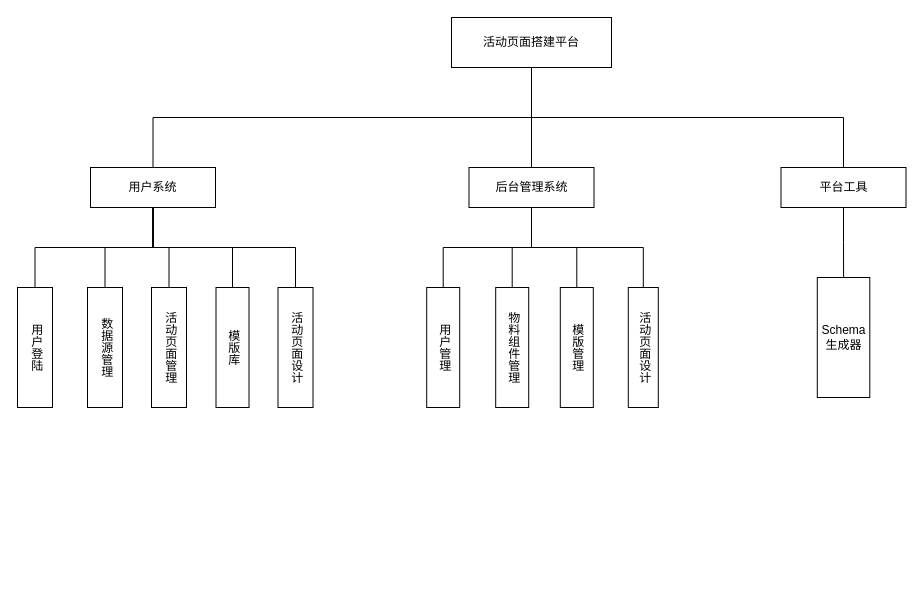
Before: 整体框图.drawio in yuxinyu12345/diagrams, a draw.io diagram. Source tidied: cells renumbered, new cells numbered last; positions are measured from the earlier drawing's top-left corner, leaving out a move shared by most shapes. Both pictures are drawn from the tidied source at 100%, with x=0, y=0 at pixel (17, 17).
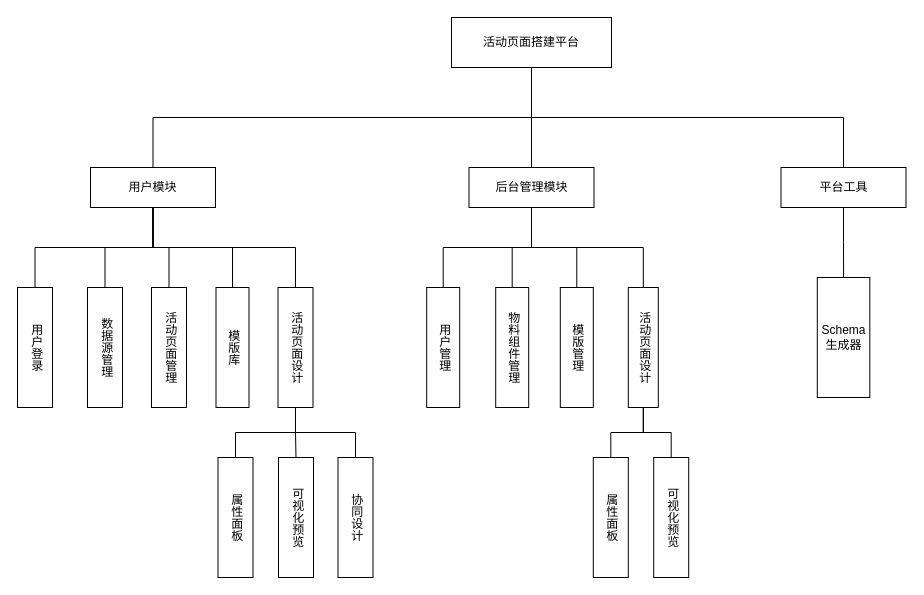
The same diagram, later.

Commit message (it also covers changes not shown here):
更新整体框图.drawio

Unchanged cells that the change refers to:
```xml
<mxCell id="23" value="活动页面设计" style="rounded=0;whiteSpace=wrap;html=1;verticalAlign=middle;align=center;labelPosition=center;verticalLabelPosition=middle;textDirection=vertical-rl;" parent="1" vertex="1">
  <mxGeometry x="260.5" y="270" width="35" height="120" as="geometry" />
</mxCell>
<mxCell id="24" value="活动页面设计" style="rounded=0;whiteSpace=wrap;html=1;verticalAlign=middle;align=center;labelPosition=center;verticalLabelPosition=middle;textDirection=vertical-rl;" parent="1" vertex="1">
  <mxGeometry x="610.8" y="270" width="30" height="120" as="geometry" />
</mxCell>
```

What changed in the source:
```diff
@@
-    <mxCell id="2" value="用户登陆" style="rounded=0;whiteSpace=wrap;html=1;verticalAlign=middle;align=center;labelPosition=center;verticalLabelPosition=middle;textDirection=vertical-rl;" parent="1" vertex="1">
+    <mxCell id="2" value="用户登录" style="rounded=0;whiteSpace=wrap;html=1;verticalAlign=middle;align=center;labelPosition=center;verticalLabelPosition=middle;textDirection=vertical-rl;" parent="1" vertex="1">
       <mxGeometry y="270" width="35" height="120" as="geometry" />
     </mxCell>
@@
-    <mxCell id="12" value="用户系统" style="rounded=0;whiteSpace=wrap;html=1;" parent="1" vertex="1">
+    <mxCell id="12" value="用户模块" style="rounded=0;whiteSpace=wrap;html=1;" parent="1" vertex="1">
       <mxGeometry x="73" y="150" width="125" height="40" as="geometry" />
     </mxCell>
@@
-    <mxCell id="17" value="后台管理系统" style="rounded=0;whiteSpace=wrap;html=1;" parent="1" vertex="1">
+    <mxCell id="17" value="后台管理模块" style="rounded=0;whiteSpace=wrap;html=1;" parent="1" vertex="1">
       <mxGeometry x="451.5" y="150" width="125" height="40" as="geometry" />
     </mxCell>
@@
+    <mxCell id="29" style="edgeStyle=orthogonalEdgeStyle;rounded=0;jettySize=auto;html=1;exitX=0.5;exitY=1;exitDx=0;exitDy=0;entryX=0.5;entryY=0;entryDx=0;entryDy=0;endArrow=none;endFill=0;" parent="1" edge="1" source="23" target="34">
+      <mxGeometry relative="1" as="geometry" />
+    </mxCell>
+    <mxCell id="30" style="edgeStyle=orthogonalEdgeStyle;rounded=0;jettySize=auto;html=1;exitX=0.5;exitY=1;exitDx=0;exitDy=0;entryX=0.5;entryY=0;entryDx=0;entryDy=0;endArrow=none;endFill=0;" parent="1" edge="1" source="23" target="35">
+      <mxGeometry relative="1" as="geometry" />
+    </mxCell>
+    <mxCell id="31" style="edgeStyle=orthogonalEdgeStyle;rounded=0;jettySize=auto;html=1;exitX=0.5;exitY=1;exitDx=0;exitDy=0;entryX=0.5;entryY=0;entryDx=0;entryDy=0;endArrow=none;endFill=0;" parent="1" edge="1" source="23" target="36">
+      <mxGeometry relative="1" as="geometry" />
+    </mxCell>
@@
+    <mxCell id="32" style="edgeStyle=orthogonalEdgeStyle;rounded=0;jettySize=auto;html=1;exitX=0.5;exitY=1;exitDx=0;exitDy=0;entryX=0.5;entryY=0;entryDx=0;entryDy=0;endArrow=none;endFill=0;" parent="1" edge="1" source="24" target="37">
+      <mxGeometry relative="1" as="geometry" />
+    </mxCell>
+    <mxCell id="33" style="edgeStyle=orthogonalEdgeStyle;rounded=0;jettySize=auto;html=1;exitX=0.5;exitY=1;exitDx=0;exitDy=0;endArrow=none;endFill=0;" parent="1" edge="1" source="24" target="38">
+      <mxGeometry relative="1" as="geometry" />
+    </mxCell>
@@
+    <mxCell id="34" value="属性面板" style="rounded=0;whiteSpace=wrap;html=1;verticalAlign=middle;align=center;labelPosition=center;verticalLabelPosition=middle;textDirection=vertical-rl;" parent="1" vertex="1">
+      <mxGeometry x="200.5" y="440" width="35" height="120" as="geometry" />
+    </mxCell>
+    <mxCell id="35" value="可视化预览" style="rounded=0;whiteSpace=wrap;html=1;verticalAlign=middle;align=center;labelPosition=center;verticalLabelPosition=middle;textDirection=vertical-rl;" parent="1" vertex="1">
+      <mxGeometry x="261" y="440" width="35" height="120" as="geometry" />
+    </mxCell>
+    <mxCell id="36" value="协同设计" style="rounded=0;whiteSpace=wrap;html=1;verticalAlign=middle;align=center;labelPosition=center;verticalLabelPosition=middle;textDirection=vertical-rl;" parent="1" vertex="1">
+      <mxGeometry x="320.5" y="440" width="35" height="120" as="geometry" />
+    </mxCell>
+    <mxCell id="37" value="属性面板" style="rounded=0;whiteSpace=wrap;html=1;verticalAlign=middle;align=center;labelPosition=center;verticalLabelPosition=middle;textDirection=vertical-rl;" parent="1" vertex="1">
+      <mxGeometry x="575.8" y="440" width="35" height="120" as="geometry" />
+    </mxCell>
+    <mxCell id="38" value="可视化预览" style="rounded=0;whiteSpace=wrap;html=1;verticalAlign=middle;align=center;labelPosition=center;verticalLabelPosition=middle;textDirection=vertical-rl;" parent="1" vertex="1">
+      <mxGeometry x="636.2" y="440" width="35" height="120" as="geometry" />
+    </mxCell>
```
